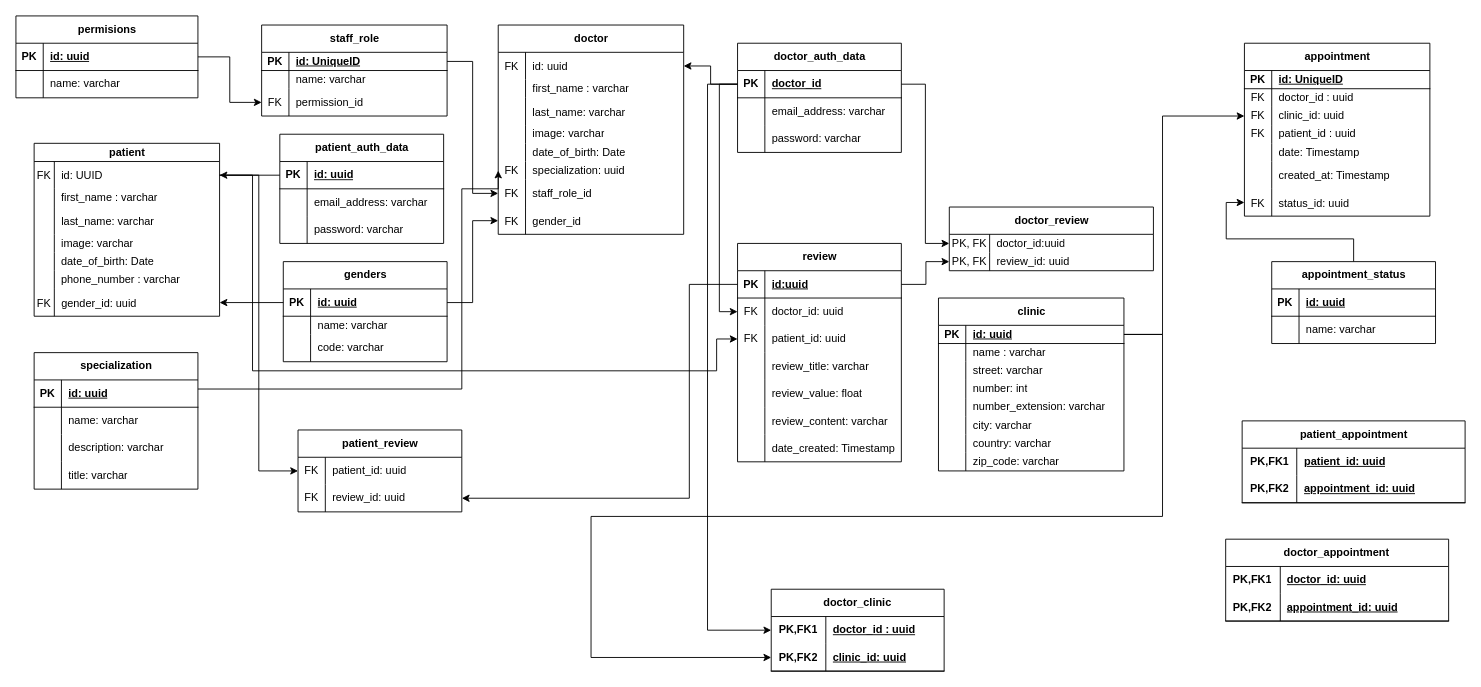
Alexposh/SaudeAll keeps this draw.io diagram as page "Page-1" (1 of 2) of SaudeAll_Database_new.drawio. Above is the earlier version. Source tidied: cells renumbered, new cells numbered last; positions are measured from the earlier drawing's top-left corner, leaving out a move shared by most shapes. Both pictures are drawn from the tidied source at 91%, with x=0, y=0 at pixel (15, 15).
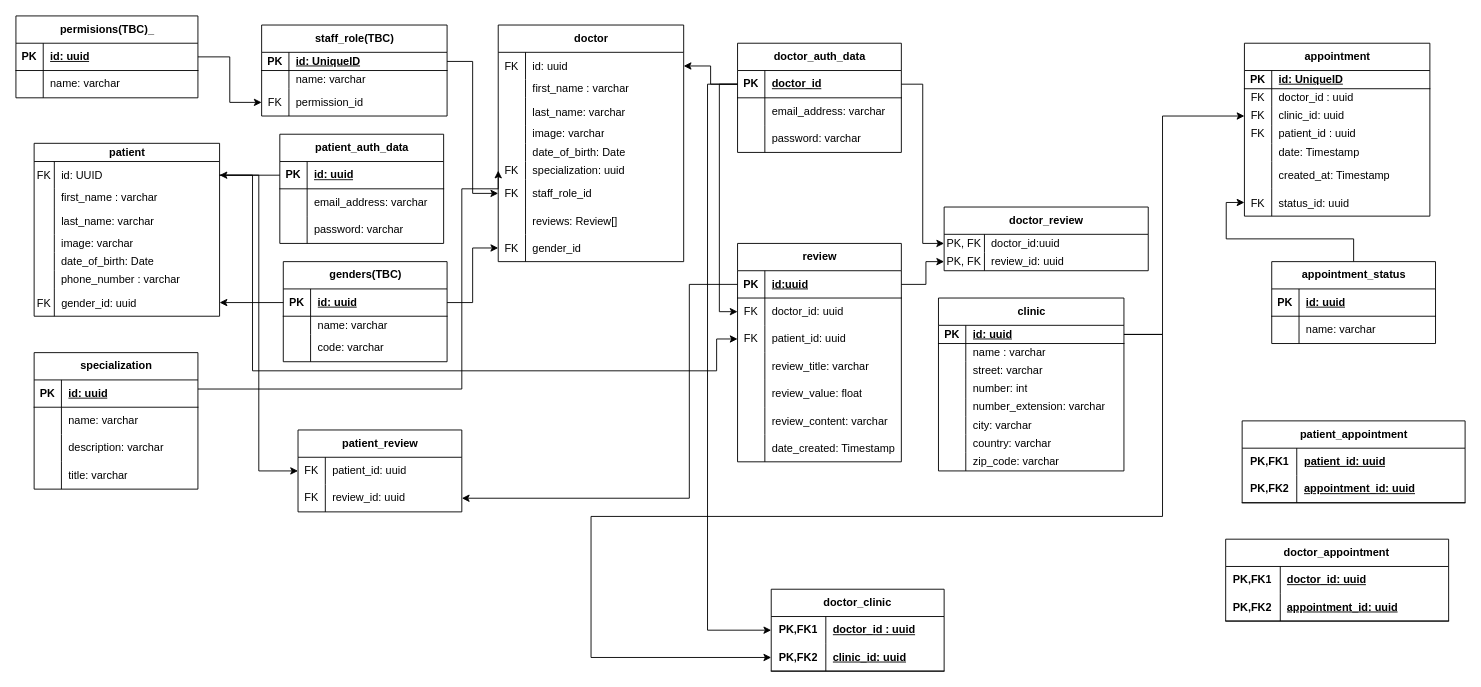
Above is the later version.

What changed in the source:
```diff
@@
     <mxCell id="2" value="doctor" style="shape=table;startSize=30;childLayout=tableLayout;rowLines=0;fontStyle=1;align=center;html=1;spacing=2;" parent="1" vertex="1">
-      <mxGeometry x="530" y="10" width="203.8" height="230" as="geometry" />
+      <mxGeometry x="530" y="10" width="203.8" height="260" as="geometry" />
     </mxCell>
@@
+    <mxCell id="239" style="shape=tableRow;horizontal=0;startSize=0;swimlaneHead=0;swimlaneBody=0;fillColor=none;top=0;left=0;right=0;bottom=0;" parent="2" vertex="1">
+      <mxGeometry y="200" width="203.8" height="30" as="geometry" />
+    </mxCell>
+    <mxCell id="240" style="shape=partialRectangle;fillColor=none;top=0;left=0;bottom=0;right=0;overflow=hidden;" parent="239" vertex="1">
+      <mxGeometry width="30" height="30" as="geometry" />
+    </mxCell>
+    <mxCell id="241" value="reviews: Review[]" style="shape=partialRectangle;fillColor=none;top=0;left=0;bottom=0;right=0;align=left;spacingLeft=6;overflow=hidden;" parent="239" vertex="1">
+      <mxGeometry x="30" width="173.8" height="30" as="geometry" />
+    </mxCell>
     <mxCell id="24" style="shape=tableRow;horizontal=0;startSize=0;swimlaneHead=0;swimlaneBody=0;fillColor=none;points=[[0,0.5],[1,0.5]];portConstraint=eastwest;top=0;left=0;right=0;bottom=0;" parent="2" vertex="1">
-      <mxGeometry y="200" width="203.8" height="30" as="geometry" />
+      <mxGeometry y="230" width="203.8" height="30" as="geometry" />
     </mxCell>
@@
-    <mxCell id="74" value="staff_role" style="shape=table;startSize=30;childLayout=tableLayout;rowLines=0;fontStyle=1;align=center;html=1;spacing=2;" parent="1" vertex="1">
+    <mxCell id="74" value="staff_role(TBC)" style="shape=table;startSize=30;childLayout=tableLayout;rowLines=0;fontStyle=1;align=center;html=1;spacing=2;" parent="1" vertex="1">
       <mxGeometry x="270" y="10" width="203.8" height="100" as="geometry" />
     </mxCell>
@@
-    <mxCell id="86" value="permisions" style="shape=table;startSize=30;childLayout=tableLayout;rowLines=0;fontStyle=1;align=center;html=1;" parent="1" vertex="1">
+    <mxCell id="86" value="permisions(TBC)_" style="shape=table;startSize=30;childLayout=tableLayout;rowLines=0;fontStyle=1;align=center;html=1;" parent="1" vertex="1">
       <mxGeometry width="200" height="90" as="geometry" />
     </mxCell>
@@
-    <mxCell id="126" value="genders" style="shape=table;startSize=30;childLayout=tableLayout;rowLines=0;fontStyle=1;align=center;html=1;" parent="1" vertex="1">
+    <mxCell id="126" value="genders(TBC)" style="shape=table;startSize=30;childLayout=tableLayout;rowLines=0;fontStyle=1;align=center;html=1;" parent="1" vertex="1">
       <mxGeometry x="293.8" y="270" width="180" height="110" as="geometry" />
     </mxCell>
@@
     <mxCell id="178" value="doctor_review" style="shape=table;startSize=30;childLayout=tableLayout;rowLines=0;fontStyle=1;align=center;html=1;spacing=2;" parent="1" vertex="1">
-      <mxGeometry x="1025.7" y="210" width="224.3" height="70" as="geometry" />
+      <mxGeometry x="1020" y="210" width="224.3" height="70" as="geometry" />
     </mxCell>
```
